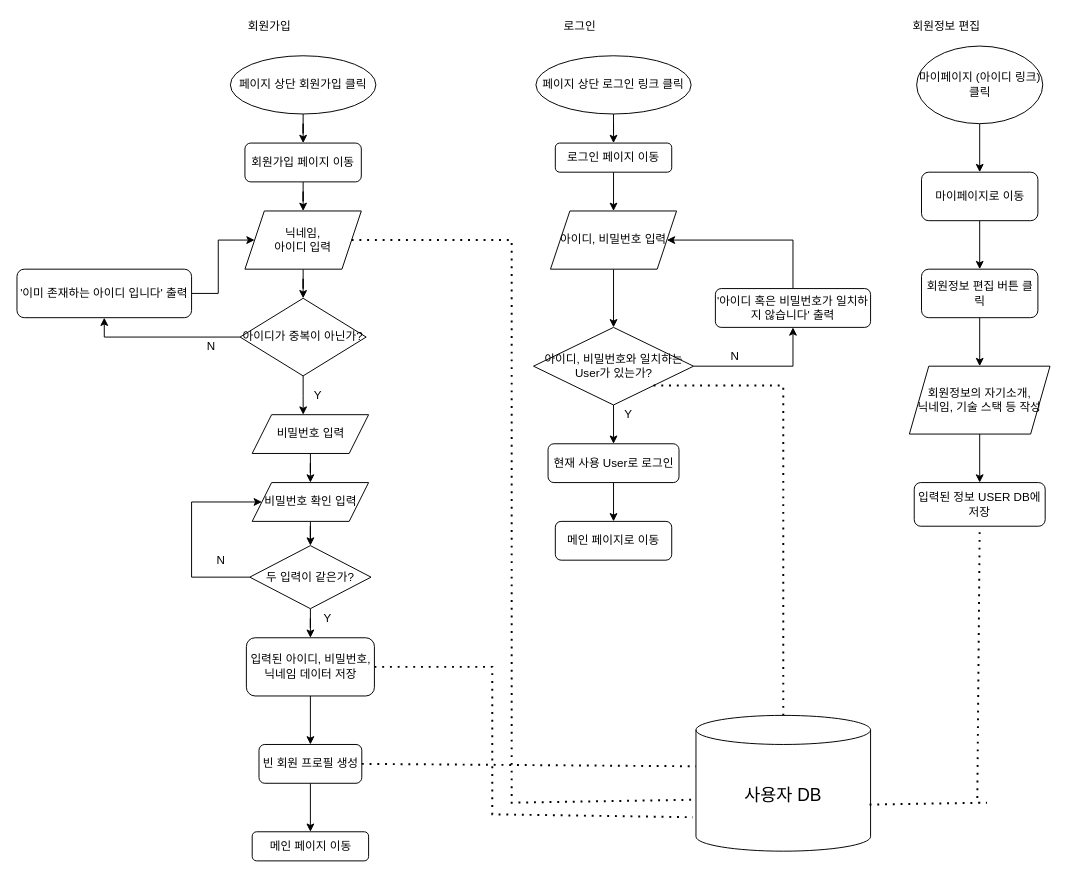
Earlier version of the draw.io diagram ServerSystem/user.drawio (ash0814/univ_assignments). Source tidied: cells renumbered, new cells numbered last; positions are measured from the earlier drawing's top-left corner, leaving out a move shared by most shapes. Both pictures are drawn from the tidied source at 97%, with x=0, y=0 at pixel (16, 16).
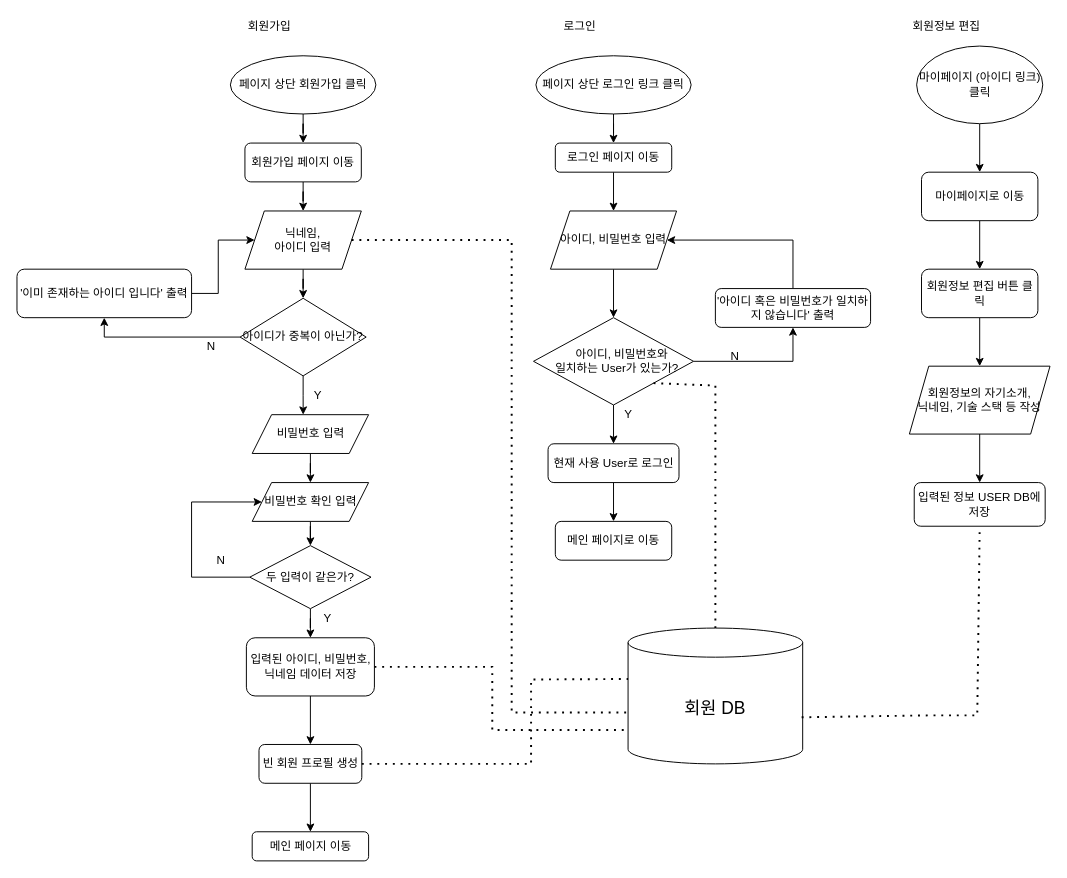
Above is the later version.

Unchanged cells that the change refers to:
```xml
<mxCell id="7" value="닉네임,&lt;br&gt;아이디 입력" style="shape=parallelogram;perimeter=parallelogramPerimeter;whiteSpace=wrap;html=1;fixedSize=1;" parent="1" vertex="1">
  <mxGeometry x="235" y="200" width="120" height="60" as="geometry" />
</mxCell>
<mxCell id="21" value="입력된 아이디, 비밀번호, 닉네임 데이터 저장" style="rounded=1;whiteSpace=wrap;html=1;" parent="1" vertex="1">
  <mxGeometry x="236.5" y="640" width="132" height="60" as="geometry" />
</mxCell>
<mxCell id="23" value="빈 회원 프로필 생성" style="rounded=1;whiteSpace=wrap;html=1;" parent="1" vertex="1">
  <mxGeometry x="249.5" y="750" width="106" height="40" as="geometry" />
</mxCell>
<mxCell id="53" value="입력된 정보 USER DB에 저장" style="rounded=1;whiteSpace=wrap;html=1;" parent="1" vertex="1">
  <mxGeometry x="925" y="480" width="135" height="45" as="geometry" />
</mxCell>
```

Change to the diagram source:
```diff
@@
-    <mxCell id="37" value="아이디, 비밀번호와 일치하는 User가 있는가?" style="rhombus;whiteSpace=wrap;html=1;" parent="1" vertex="1">
-      <mxGeometry x="532.5" y="320" width="165" height="80" as="geometry" />
+    <mxCell id="37" value="&amp;nbsp; &amp;nbsp; &amp;nbsp;아이디, 비밀번호와&lt;br&gt;&amp;nbsp; 일치하는 User가 있는가?" style="rhombus;whiteSpace=wrap;html=1;" parent="1" vertex="1">
+      <mxGeometry x="532.5" y="310" width="165" height="90" as="geometry" />
     </mxCell>
@@
-    <mxCell id="54" value="&lt;font style=&quot;font-size: 18px&quot;&gt;사용자 DB&lt;/font&gt;" style="shape=cylinder3;whiteSpace=wrap;html=1;boundedLbl=1;backgroundOutline=1;size=15;" parent="1" vertex="1">
-      <mxGeometry x="700" y="720" width="180" height="140" as="geometry" />
+    <mxCell id="54" value="&lt;span style=&quot;font-size: 18px&quot;&gt;회원 DB&lt;/span&gt;" style="shape=cylinder3;whiteSpace=wrap;html=1;boundedLbl=1;backgroundOutline=1;size=15;" parent="1" vertex="1">
+      <mxGeometry x="630" y="630" width="180" height="140" as="geometry" />
     </mxCell>
     <mxCell id="55" style="endArrow=none;dashed=1;html=1;dashPattern=1 3;strokeWidth=2;rounded=0;fontSize=18;exitX=1;exitY=0.5;exitDx=0;exitDy=0;entryX=0;entryY=0.621;entryDx=0;entryDy=0;entryPerimeter=0;" parent="1" edge="1" source="7" target="54">
       <mxGeometry relative="1" as="geometry">
         <Array as="points">
           <mxPoint x="510" y="230" />
-          <mxPoint x="510" y="810" />
+          <mxPoint x="510" y="717" />
         </Array>
       </mxGeometry>
     </mxCell>
     <mxCell id="56" style="endArrow=none;dashed=1;html=1;dashPattern=1 3;strokeWidth=2;rounded=0;fontSize=18;exitX=1;exitY=0.5;exitDx=0;exitDy=0;entryX=-0.017;entryY=0.75;entryDx=0;entryDy=0;entryPerimeter=0;" parent="1" edge="1" source="21" target="54">
       <mxGeometry relative="1" as="geometry">
         <Array as="points">
           <mxPoint x="490" y="670" />
-          <mxPoint x="490" y="822" />
+          <mxPoint x="490" y="735" />
         </Array>
       </mxGeometry>
     </mxCell>
     <mxCell id="57" style="endArrow=none;dashed=1;html=1;dashPattern=1 3;strokeWidth=2;rounded=0;fontSize=18;exitX=1;exitY=0.5;exitDx=0;exitDy=0;entryX=0;entryY=0;entryDx=0;entryDy=52.5;entryPerimeter=0;" parent="1" edge="1" source="23" target="54">
-      <mxGeometry relative="1" as="geometry" />
+      <mxGeometry relative="1" as="geometry">
+        <Array as="points">
+          <mxPoint x="530" y="770" />
+          <mxPoint x="530" y="683" />
+        </Array>
+      </mxGeometry>
     </mxCell>
     <mxCell id="58" style="endArrow=none;dashed=1;html=1;dashPattern=1 3;strokeWidth=2;rounded=0;fontSize=18;exitX=1;exitY=1;exitDx=0;exitDy=0;entryX=0.5;entryY=0;entryDx=0;entryDy=0;entryPerimeter=0;" parent="1" edge="1" source="37" target="54">
       <mxGeometry relative="1" as="geometry">
         <Array as="points">
-          <mxPoint x="790" y="380" />
+          <mxPoint x="720" y="380" />
         </Array>
       </mxGeometry>
     </mxCell>
     <mxCell id="59" style="endArrow=none;dashed=1;html=1;dashPattern=1 3;strokeWidth=2;rounded=0;fontSize=18;exitX=0.994;exitY=0.657;exitDx=0;exitDy=0;exitPerimeter=0;entryX=0.5;entryY=1;entryDx=0;entryDy=0;" parent="1" edge="1" source="54" target="53">
       <mxGeometry relative="1" as="geometry">
         <Array as="points">
-          <mxPoint x="1000" y="810" />
-          <mxPoint x="990" y="810" />
+          <mxPoint x="940" y="720" />
+          <mxPoint x="990" y="720" />
         </Array>
       </mxGeometry>
     </mxCell>
```
